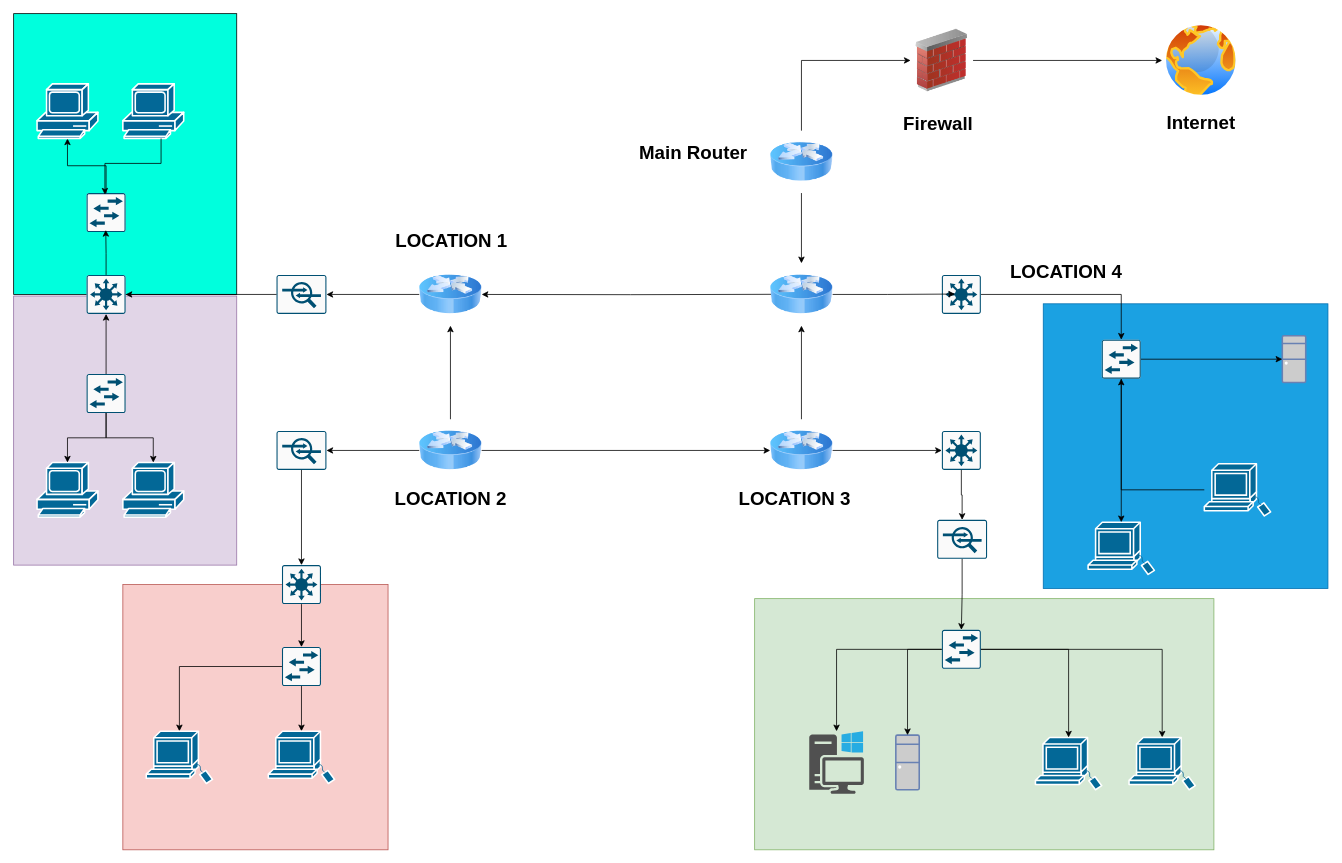
james807/networks keeps this draw.io diagram as diagrams/Untitled Diagram.drawio. Above is the earlier version. Source tidied: cells renumbered, new cells numbered last; positions are measured from the earlier drawing's top-left corner, leaving out a move shared by most shapes. Both pictures are drawn from the tidied source at 78%, with x=0, y=0 at pixel (13, 13).
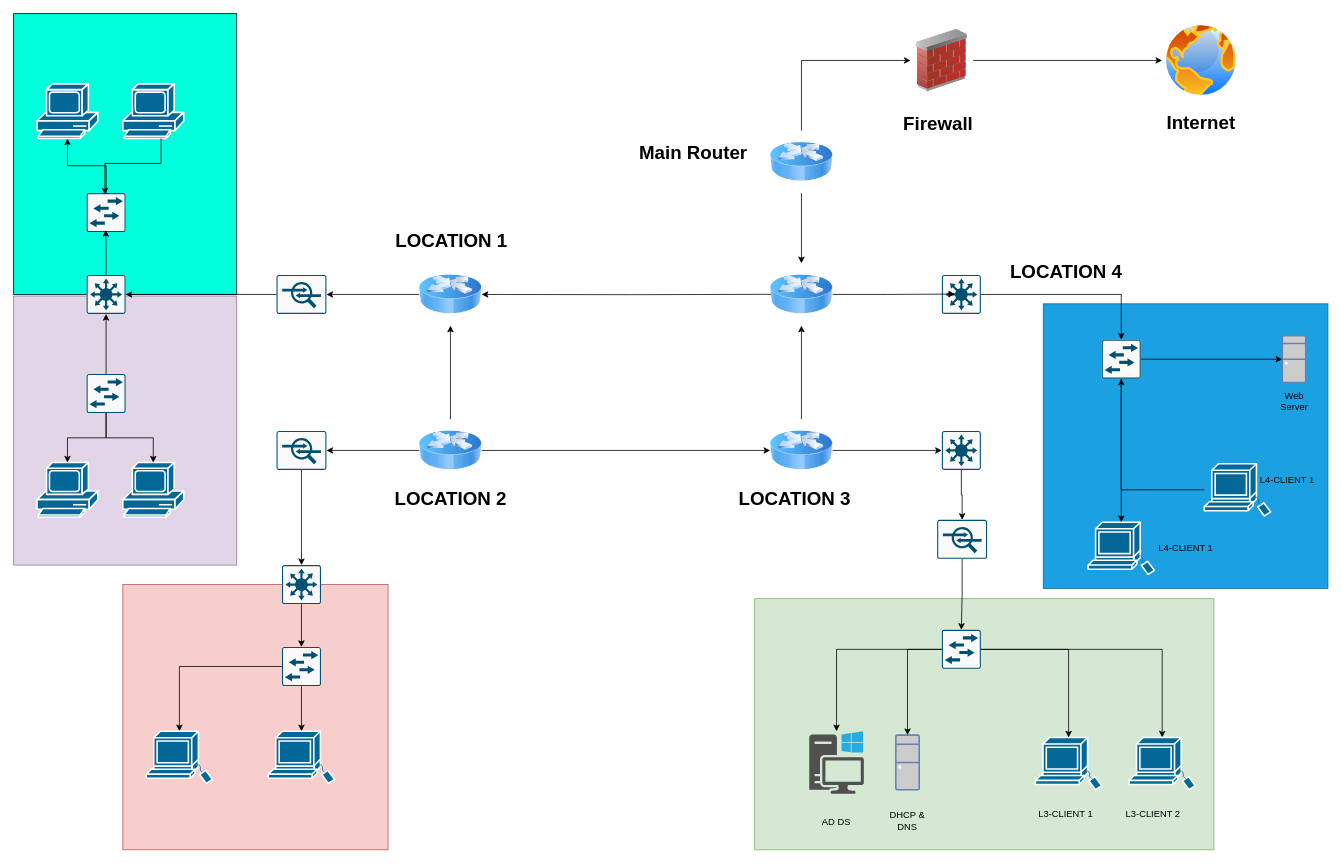
The same diagram, later.

Change to the diagram source:
```diff
@@
+    <mxCell id="78" value="Web Server" style="text;html=1;align=center;verticalAlign=middle;whiteSpace=wrap;rounded=0;" parent="1" vertex="1">
+      <mxGeometry x="1611.5" y="482" width="60" height="30" as="geometry" />
+    </mxCell>
+    <mxCell id="79" value="AD DS" style="text;html=1;align=center;verticalAlign=middle;whiteSpace=wrap;rounded=0;" parent="1" vertex="1">
+      <mxGeometry x="1025" y="1022" width="60" height="30" as="geometry" />
+    </mxCell>
+    <mxCell id="80" value="DHCP &amp;amp; DNS" style="text;html=1;align=center;verticalAlign=middle;whiteSpace=wrap;rounded=0;" parent="1" vertex="1">
+      <mxGeometry x="1116" y="1020" width="60" height="30" as="geometry" />
+    </mxCell>
+    <mxCell id="81" value="L3-CLIENT 1" style="text;html=1;align=center;verticalAlign=middle;whiteSpace=wrap;rounded=0;" parent="1" vertex="1">
+      <mxGeometry x="1308.8" y="1012" width="80" height="30" as="geometry" />
+    </mxCell>
+    <mxCell id="82" value="L3-CLIENT 2" style="text;html=1;align=center;verticalAlign=middle;whiteSpace=wrap;rounded=0;" parent="1" vertex="1">
+      <mxGeometry x="1421.2" y="1012" width="80" height="30" as="geometry" />
+    </mxCell>
+    <mxCell id="83" value="L4-CLIENT 1" style="text;html=1;align=center;verticalAlign=middle;whiteSpace=wrap;rounded=0;" parent="1" vertex="1">
+      <mxGeometry x="1462.5" y="673" width="80" height="25" as="geometry" />
+    </mxCell>
+    <mxCell id="84" value="L4-CLIENT 1" style="text;html=1;align=center;verticalAlign=middle;whiteSpace=wrap;rounded=0;" parent="1" vertex="1">
+      <mxGeometry x="1592.5" y="585" width="80" height="25" as="geometry" />
+    </mxCell>
```
